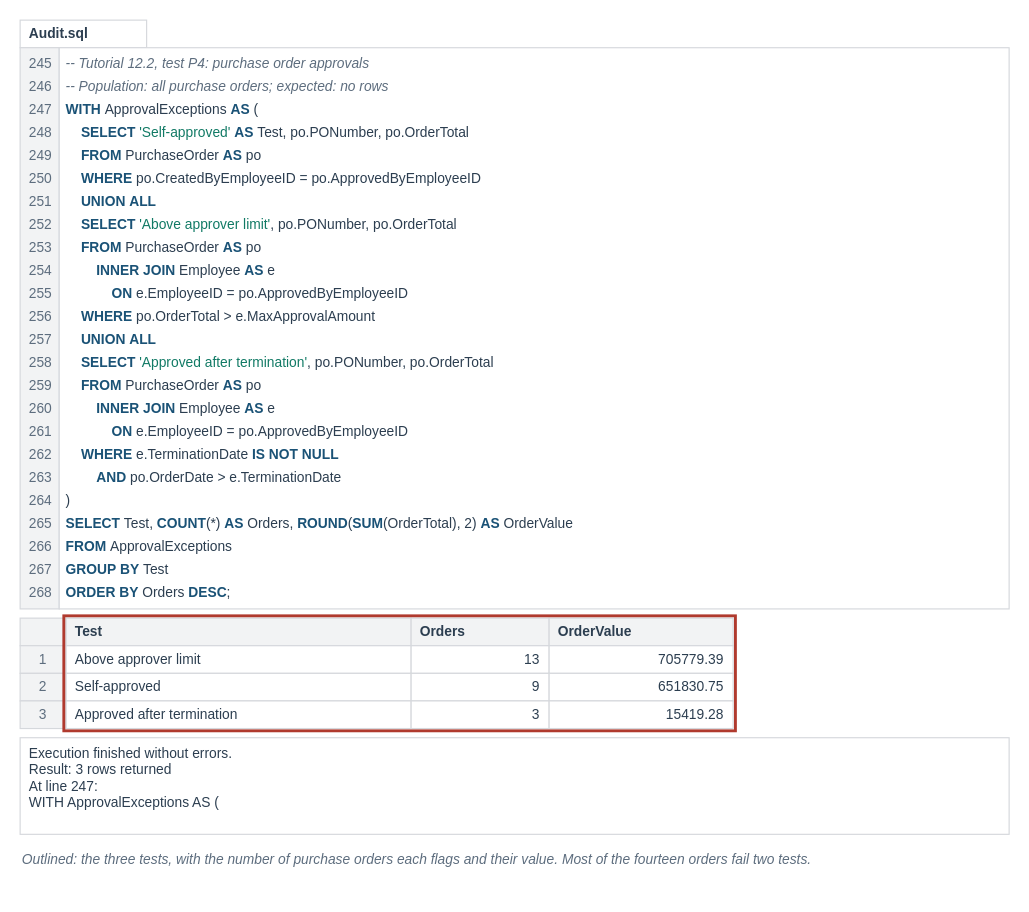
Earlier version of the draw.io diagram visuals/src/fig-12-06-approval-exceptions.drawio (mmcodesso/Accounting_Analytics_Book). Source tidied: cells renumbered, new cells numbered last; positions are measured from the earlier drawing's top-left corner, leaving out a move shared by most shapes. Both pictures are drawn from the tidied source at 115%, with x=0, y=0 at pixel (20, 20).
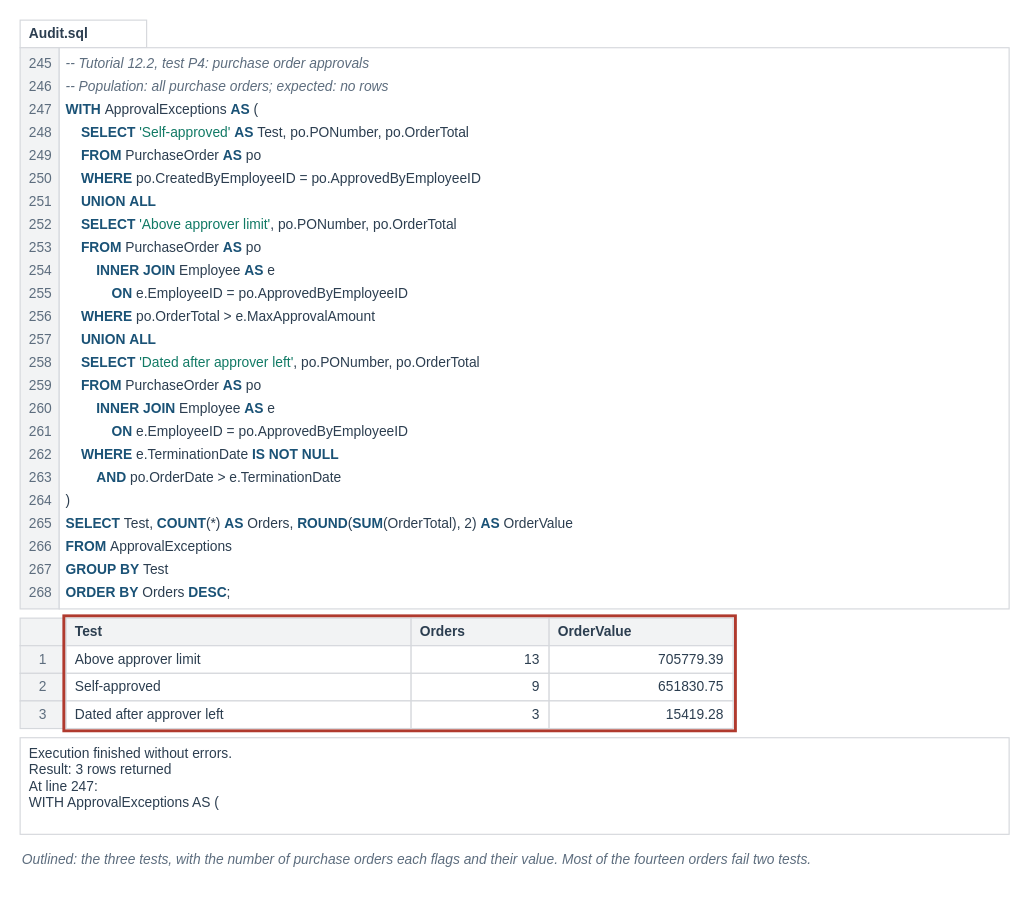
The same diagram, later.

The edit, as a diff of the source:
```diff
@@
-    <mxCell id="33" value="&amp;nbsp;&amp;nbsp;&amp;nbsp;&amp;nbsp;&lt;b&gt;&lt;font color=&quot;#1A5276&quot;&gt;SELECT&lt;/font&gt;&lt;/b&gt;&amp;nbsp;&lt;font color=&quot;#117A65&quot;&gt;'Approved after termination'&lt;/font&gt;,&amp;nbsp;po.PONumber,&amp;nbsp;po.OrderTotal" style="text;html=1;whiteSpace=wrap;align=left;verticalAlign=middle;fontSize=12;fontColor=#2C3E50;fontStyle=0;fontFamily=Helvetica;spacing=2;fillColor=none;strokeColor=none;" parent="1" vertex="1">
+    <mxCell id="33" value="&amp;nbsp;&amp;nbsp;&amp;nbsp;&amp;nbsp;&lt;b&gt;&lt;font color=&quot;#1A5276&quot;&gt;SELECT&lt;/font&gt;&lt;/b&gt;&amp;nbsp;&lt;font color=&quot;#117A65&quot;&gt;'Dated after approver left'&lt;/font&gt;,&amp;nbsp;po.PONumber,&amp;nbsp;po.OrderTotal" style="text;html=1;whiteSpace=wrap;align=left;verticalAlign=middle;fontSize=12;fontColor=#2C3E50;fontStyle=0;fontFamily=Helvetica;spacing=2;fillColor=none;strokeColor=none;" parent="1" vertex="1">
       <mxGeometry x="38" y="288" width="818" height="20" as="geometry" />
     </mxCell>
@@
-    <mxCell id="67" value="Approved after termination" style="rounded=0;arcSize=6;whiteSpace=wrap;html=1;fillColor=#FFFFFF;strokeColor=#D5D8DC;strokeWidth=1;fontColor=#2C3E50;fontSize=12;fontStyle=0;align=left;verticalAlign=middle;fontFamily=Helvetica;spacingLeft=6;spacingRight=6;" parent="1" vertex="1">
+    <mxCell id="67" value="Dated after approver left" style="rounded=0;arcSize=6;whiteSpace=wrap;html=1;fillColor=#FFFFFF;strokeColor=#D5D8DC;strokeWidth=1;fontColor=#2C3E50;fontSize=12;fontStyle=0;align=left;verticalAlign=middle;fontFamily=Helvetica;spacingLeft=6;spacingRight=6;" parent="1" vertex="1">
       <mxGeometry x="40" y="592" width="300" height="24" as="geometry" />
     </mxCell>
```
